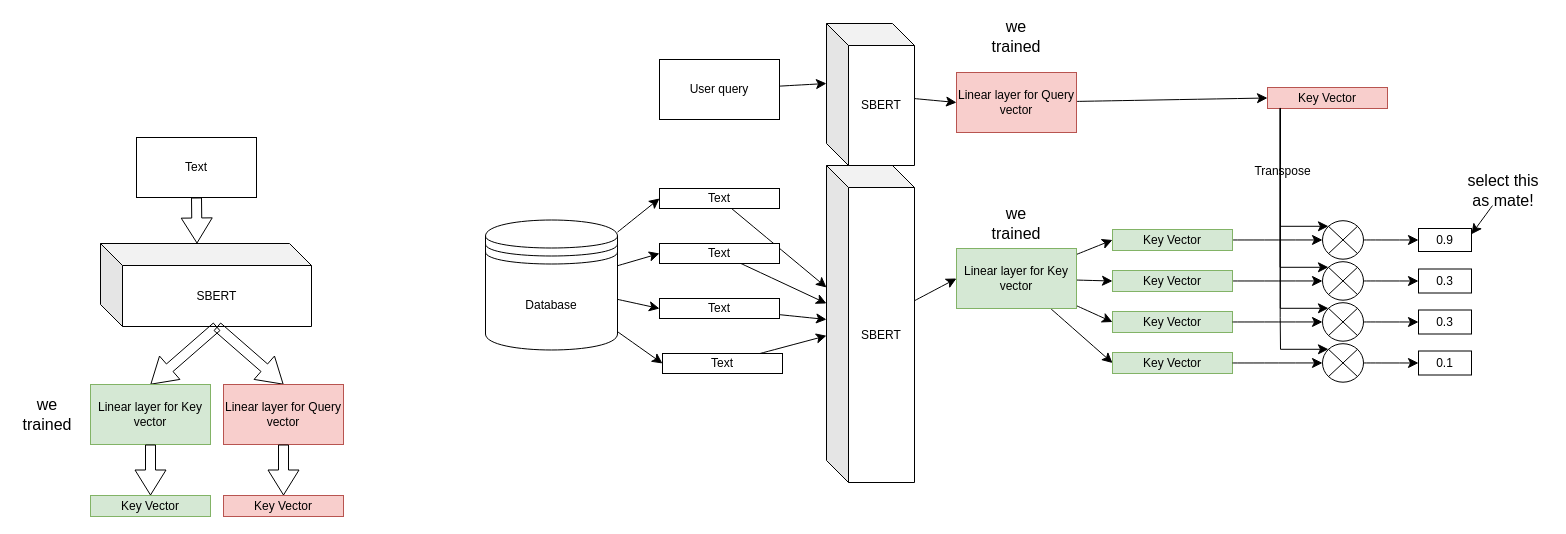
The draw.io diagram emerging_topics/complementary_SBERT.drawio in turswiming/drawio_file, before the edit. Source tidied: cells renumbered, new cells numbered last; positions are measured from the earlier drawing's top-left corner, leaving out a move shared by most shapes. Both pictures are drawn from the tidied source at 100%, with x=0, y=0 at pixel (17, 21).
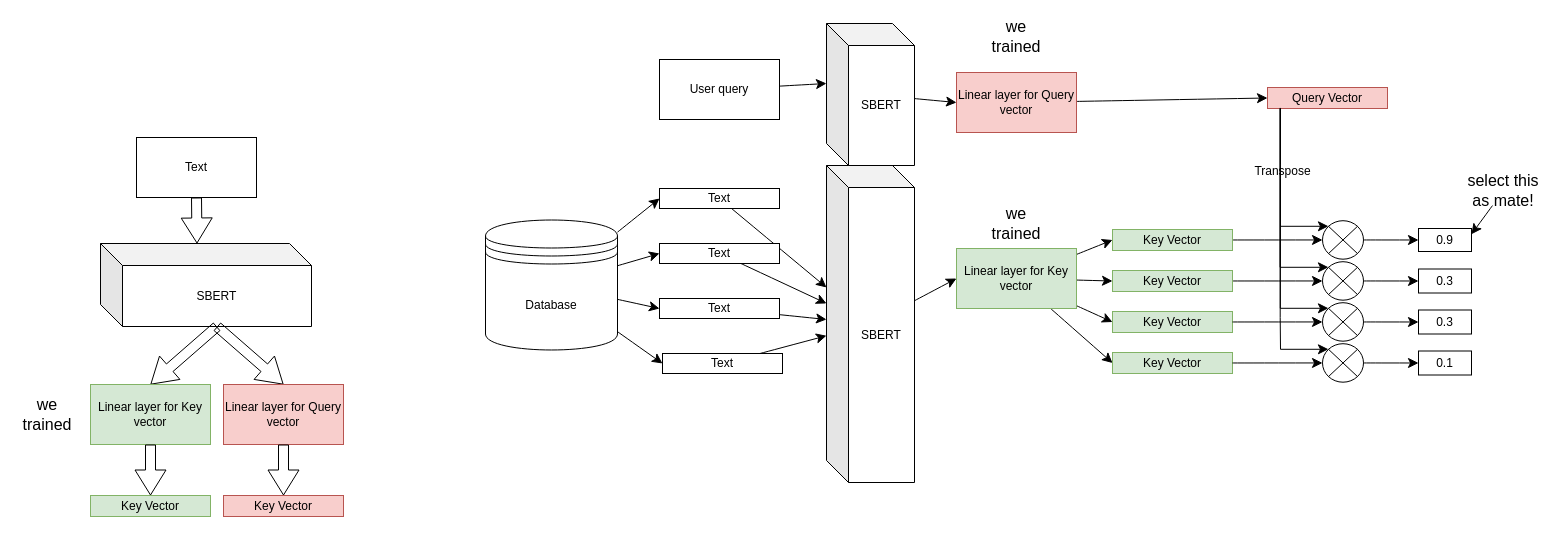
The same page after the edit.

What changed in the source:
```diff
@@
-    <mxCell id="45" value="Key Vector" style="rounded=0;whiteSpace=wrap;html=1;fillColor=#f8cecc;strokeColor=#b85450;" parent="1" vertex="1">
+    <mxCell id="45" value="Query Vector" style="rounded=0;whiteSpace=wrap;html=1;fillColor=#f8cecc;strokeColor=#b85450;" parent="1" vertex="1">
       <mxGeometry x="1250" y="66" width="120" height="21" as="geometry" />
     </mxCell>
```
